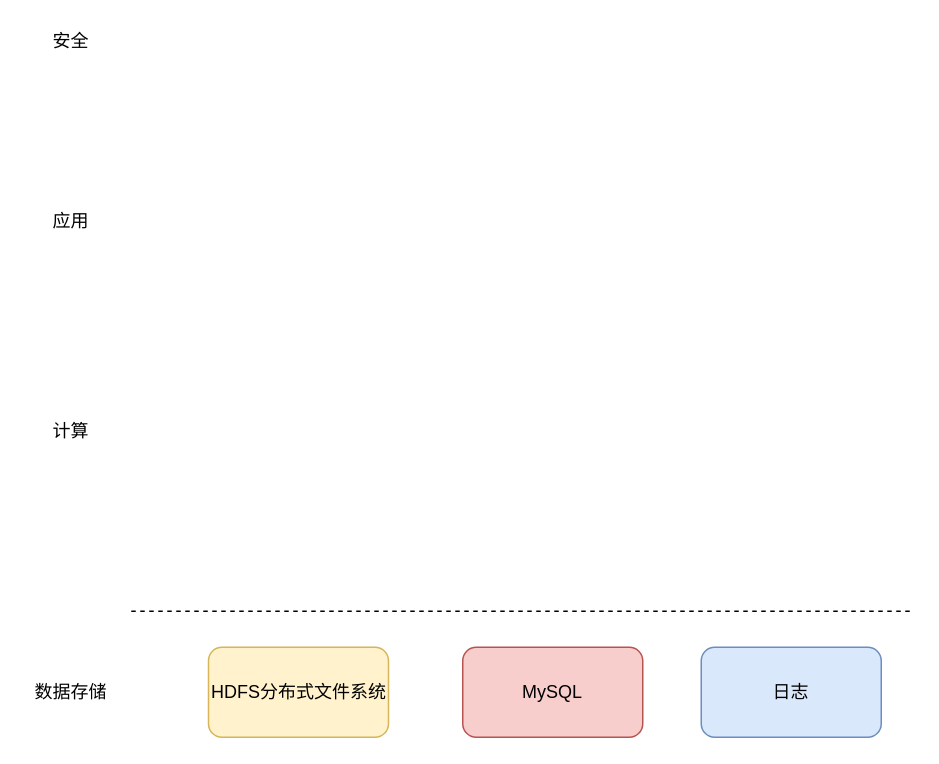
This is 技术架构.drawio from liusheding001/draw.io, a draw.io file, before an edit. Source tidied: cells renumbered, new cells numbered last; positions are measured from the earlier drawing's top-left corner, leaving out a move shared by most shapes. Both pictures are drawn from the tidied source at 150%, with x=0, y=0 at pixel (26, 26).
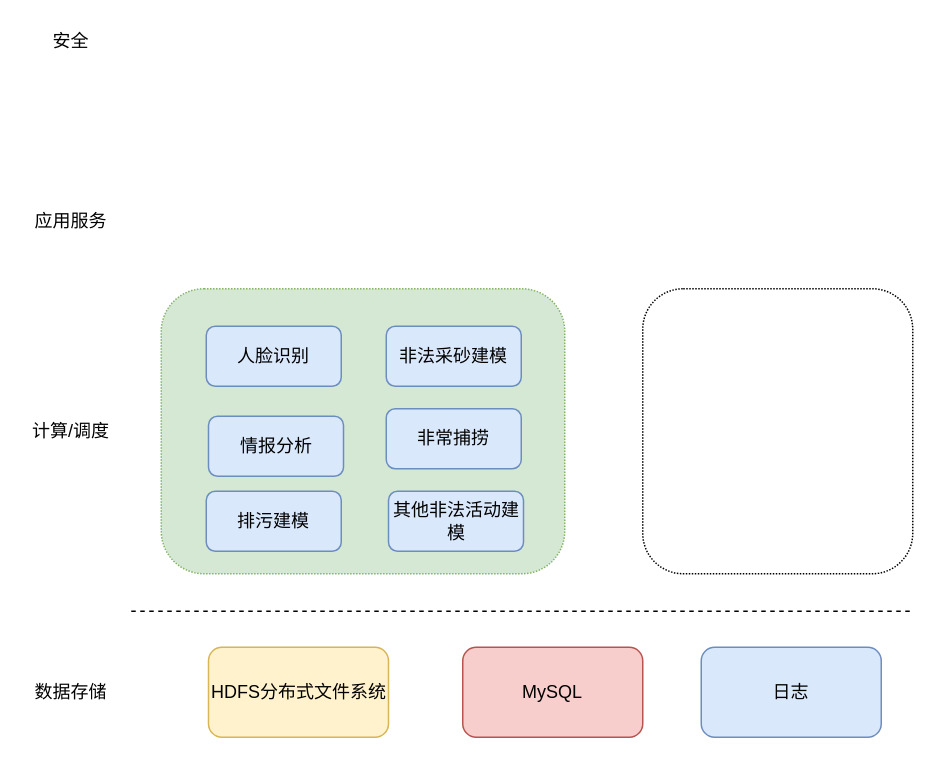
Above is the later version.

Commit message (it also covers changes not shown here):
更新技术架构.drawio

Diff of the diagram source:
```diff
@@
 <mxGraphModel>
   <root>
     <mxCell id="0" />
     <mxCell id="1" parent="0" />
     <mxCell id="2" value="HDFS分布式文件系统" style="rounded=1;whiteSpace=wrap;html=1;fillColor=#fff2cc;strokeColor=#d6b656;" parent="1" vertex="1">
       <mxGeometry x="121.5" y="414" width="120" height="60" as="geometry" />
     </mxCell>
     <mxCell id="3" value="MySQL" style="rounded=1;whiteSpace=wrap;html=1;fillColor=#f8cecc;strokeColor=#b85450;" parent="1" vertex="1">
       <mxGeometry x="291" y="414" width="120" height="60" as="geometry" />
     </mxCell>
     <mxCell id="4" style="endArrow=none;dashed=1;html=1;" parent="1" edge="1">
       <mxGeometry relative="1" as="geometry">
         <mxPoint x="70" y="390" as="sourcePoint" />
         <mxPoint x="590" y="390" as="targetPoint" />
         <Array as="points">
           <mxPoint x="350" y="390" />
         </Array>
       </mxGeometry>
     </mxCell>
     <mxCell id="5" value="数据存储" style="text;html=1;strokeColor=none;fillColor=none;align=center;verticalAlign=middle;whiteSpace=wrap;rounded=0;" parent="1" vertex="1">
       <mxGeometry y="434" width="60" height="20" as="geometry" />
     </mxCell>
     <mxCell id="6" value="日志" style="rounded=1;whiteSpace=wrap;html=1;fillColor=#dae8fc;strokeColor=#6c8ebf;" parent="1" vertex="1">
       <mxGeometry x="450" y="414" width="120" height="60" as="geometry" />
     </mxCell>
-    <mxCell id="7" value="计算" style="text;html=1;strokeColor=none;fillColor=none;align=center;verticalAlign=middle;whiteSpace=wrap;rounded=0;" parent="1" vertex="1">
+    <mxCell id="7" value="计算/调度" style="text;html=1;strokeColor=none;fillColor=none;align=center;verticalAlign=middle;whiteSpace=wrap;rounded=0;" parent="1" vertex="1">
       <mxGeometry y="260" width="60" height="20" as="geometry" />
     </mxCell>
-    <mxCell id="8" value="应用" style="text;html=1;strokeColor=none;fillColor=none;align=center;verticalAlign=middle;whiteSpace=wrap;rounded=0;" parent="1" vertex="1">
+    <mxCell id="8" value="应用服务" style="text;html=1;strokeColor=none;fillColor=none;align=center;verticalAlign=middle;whiteSpace=wrap;rounded=0;" parent="1" vertex="1">
       <mxGeometry y="120" width="60" height="20" as="geometry" />
     </mxCell>
     <mxCell id="9" value="安全" style="text;html=1;strokeColor=none;fillColor=none;align=center;verticalAlign=middle;whiteSpace=wrap;rounded=0;" parent="1" vertex="1">
       <mxGeometry width="60" height="20" as="geometry" />
     </mxCell>
+    <mxCell id="10" style="rounded=1;whiteSpace=wrap;html=1;dashed=1;dashPattern=1 1;fillColor=#d5e8d4;strokeColor=#82b366;" parent="1" vertex="1">
+      <mxGeometry x="90" y="175" width="269" height="190" as="geometry" />
+    </mxCell>
+    <mxCell id="11" style="rounded=1;whiteSpace=wrap;html=1;dashed=1;dashPattern=1 1;" parent="1" vertex="1">
+      <mxGeometry x="411" y="175" width="180" height="190" as="geometry" />
+    </mxCell>
+    <mxCell id="12" value="人脸识别" style="rounded=1;whiteSpace=wrap;html=1;fillColor=#dae8fc;strokeColor=#6c8ebf;" parent="1" vertex="1">
+      <mxGeometry x="120" y="200" width="90" height="40" as="geometry" />
+    </mxCell>
+    <mxCell id="13" value="情报分析" style="rounded=1;whiteSpace=wrap;html=1;fillColor=#dae8fc;strokeColor=#6c8ebf;" parent="1" vertex="1">
+      <mxGeometry x="121.5" y="260" width="90" height="40" as="geometry" />
+    </mxCell>
+    <mxCell id="14" value="非法采砂建模" style="rounded=1;whiteSpace=wrap;html=1;fillColor=#dae8fc;strokeColor=#6c8ebf;" parent="1" vertex="1">
+      <mxGeometry x="240" y="200" width="90" height="40" as="geometry" />
+    </mxCell>
+    <mxCell id="15" value="非常捕捞" style="rounded=1;whiteSpace=wrap;html=1;fillColor=#dae8fc;strokeColor=#6c8ebf;" parent="1" vertex="1">
+      <mxGeometry x="240" y="255" width="90" height="40" as="geometry" />
+    </mxCell>
+    <mxCell id="16" value="其他非法活动建模" style="rounded=1;whiteSpace=wrap;html=1;fillColor=#dae8fc;strokeColor=#6c8ebf;" parent="1" vertex="1">
+      <mxGeometry x="241.5" y="310" width="90" height="40" as="geometry" />
+    </mxCell>
+    <mxCell id="17" value="排污建模" style="rounded=1;whiteSpace=wrap;html=1;fillColor=#dae8fc;strokeColor=#6c8ebf;" parent="1" vertex="1">
+      <mxGeometry x="120" y="310" width="90" height="40" as="geometry" />
+    </mxCell>
   </root>
 </mxGraphModel>
```
